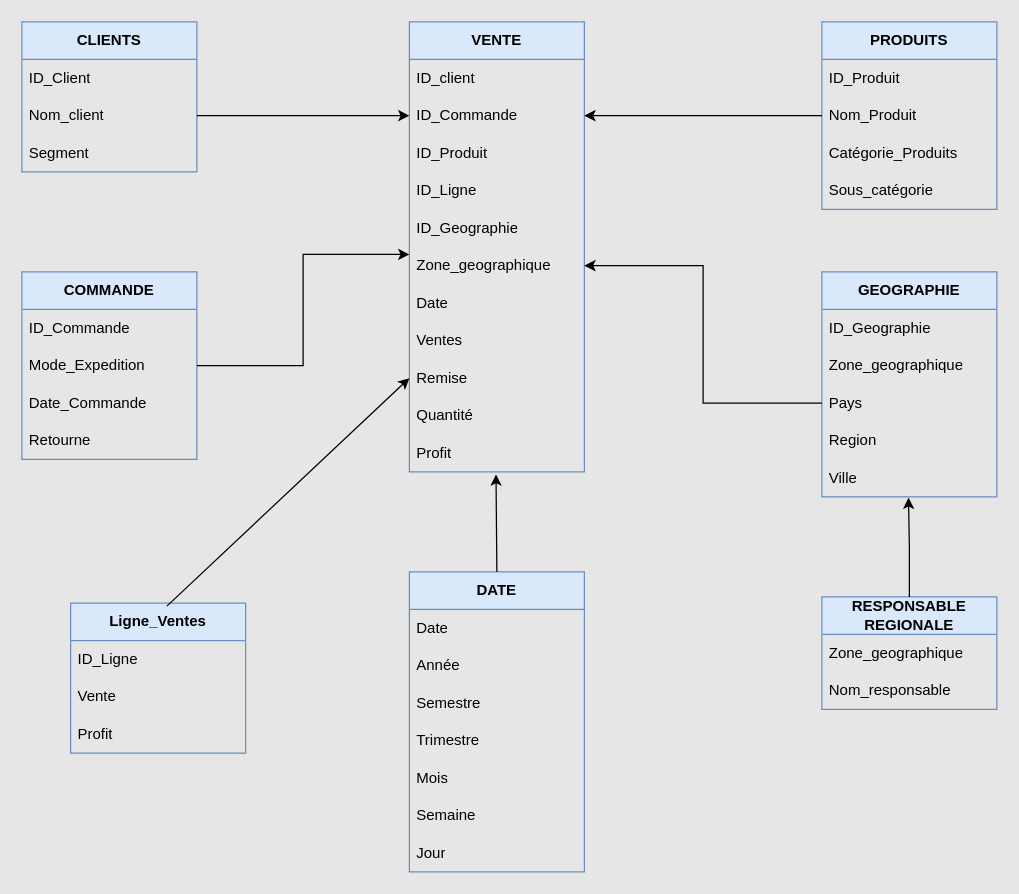
This is Hypermarket Project/Resources/HypermarketDatamart.drawio from christart-code/BI, a draw.io file, before an edit. Source tidied: cells renumbered, new cells numbered last; positions are measured from the earlier drawing's top-left corner, leaving out a move shared by most shapes. Both pictures are drawn from the tidied source at 125%, with x=0, y=0 at pixel (21, 21).
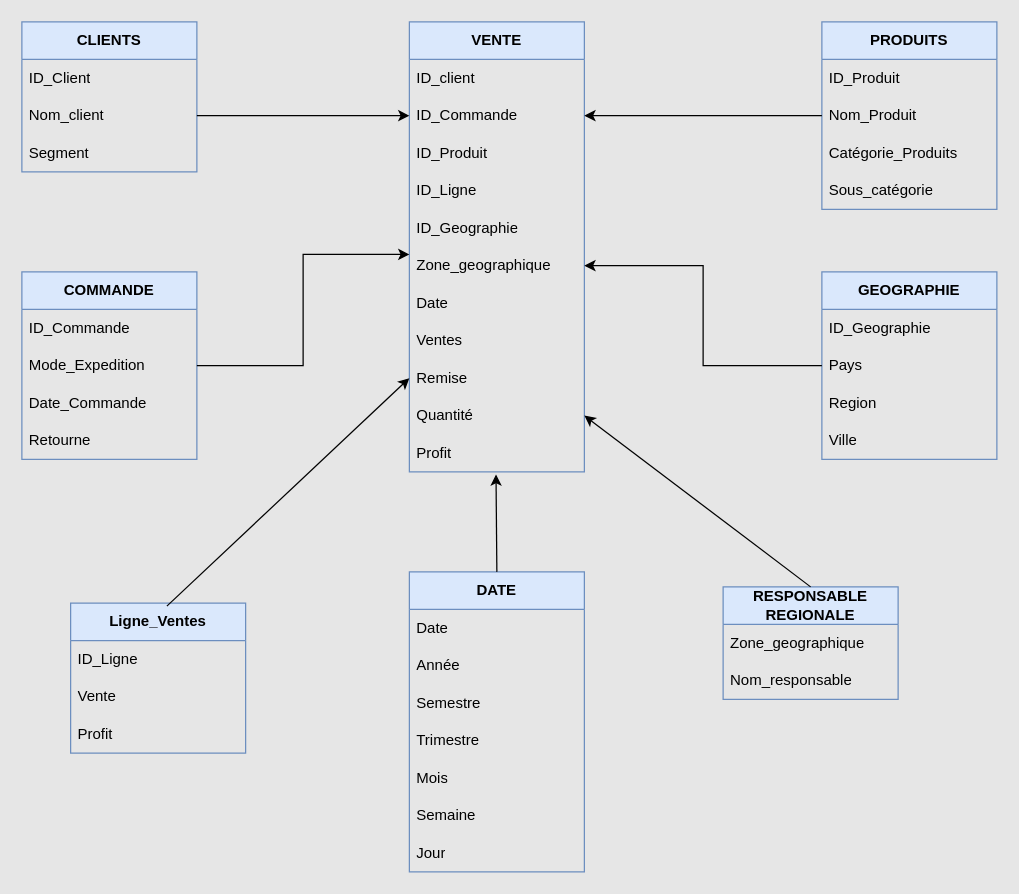
After the change.

Commit message:
Mettre à jour HypermarketDatamart.drawio

Unchanged cells that the change refers to:
```xml
<mxCell id="12" value="Quantité" style="text;strokeColor=none;fillColor=none;align=left;verticalAlign=middle;spacingLeft=4;spacingRight=4;overflow=hidden;points=[[0,0.5],[1,0.5]];portConstraint=eastwest;whiteSpace=wrap;html=1;" parent="2" vertex="1">
  <mxGeometry y="300" width="140" height="30" as="geometry" />
</mxCell>
```

Change to the diagram source:
```diff
@@
     <mxCell id="28" value="GEOGRAPHIE" style="swimlane;fontStyle=1;horizontal=1;startSize=30;whiteSpace=wrap;html=1;fillColor=#dae8fc;strokeColor=#6c8ebf;" parent="1" vertex="1">
-      <mxGeometry x="640" y="200" width="140" height="180" as="geometry" />
+      <mxGeometry x="640" y="200" width="140" height="150" as="geometry" />
     </mxCell>
@@
-    <mxCell id="30" value="Zone_geographique" style="text;strokeColor=none;fillColor=none;align=left;verticalAlign=middle;spacingLeft=4;spacingRight=4;overflow=hidden;whiteSpace=wrap;html=1;" parent="28" vertex="1">
-      <mxGeometry y="60" width="140" height="30" as="geometry" />
-    </mxCell>
     <mxCell id="31" value="Pays" style="text;strokeColor=none;fillColor=none;align=left;verticalAlign=middle;spacingLeft=4;spacingRight=4;overflow=hidden;points=[[0,0.5],[1,0.5]];portConstraint=eastwest;whiteSpace=wrap;html=1;" parent="28" vertex="1">
-      <mxGeometry y="90" width="140" height="30" as="geometry" />
+      <mxGeometry y="60" width="140" height="30" as="geometry" />
     </mxCell>
     <mxCell id="32" value="Region" style="text;strokeColor=none;fillColor=none;align=left;verticalAlign=middle;spacingLeft=4;spacingRight=4;overflow=hidden;whiteSpace=wrap;html=1;" parent="28" vertex="1">
-      <mxGeometry y="120" width="140" height="30" as="geometry" />
+      <mxGeometry y="90" width="140" height="30" as="geometry" />
     </mxCell>
     <mxCell id="33" value="Ville" style="text;strokeColor=none;fillColor=none;align=left;verticalAlign=middle;spacingLeft=4;spacingRight=4;overflow=hidden;points=[[0,0.5],[1,0.5]];portConstraint=eastwest;whiteSpace=wrap;html=1;" parent="28" vertex="1">
-      <mxGeometry y="150" width="140" height="30" as="geometry" />
+      <mxGeometry y="120" width="140" height="30" as="geometry" />
     </mxCell>
     <mxCell id="34" value="RESPONSABLE REGIONALE" style="swimlane;fontStyle=1;horizontal=1;startSize=30;whiteSpace=wrap;html=1;fillColor=#dae8fc;strokeColor=#6c8ebf;" parent="1" vertex="1">
-      <mxGeometry x="640" y="460" width="140" height="90" as="geometry" />
+      <mxGeometry x="561" y="452" width="140" height="90" as="geometry" />
     </mxCell>
@@
-    <mxCell id="49" style="edgeStyle=orthogonalEdgeStyle;rounded=0;jettySize=auto;html=1;exitX=0.5;exitY=0;exitDx=0;exitDy=0;entryX=0.495;entryY=1.022;entryDx=0;entryDy=0;entryPerimeter=0;" parent="1" edge="1" source="34" target="33">
-      <mxGeometry relative="1" as="geometry" />
-    </mxCell>
@@
+    <mxCell id="56" style="endArrow=classic;html=1;rounded=0;exitX=0.5;exitY=0;exitDx=0;exitDy=0;entryX=1;entryY=0.5;entryDx=0;entryDy=0;" parent="1" edge="1" source="34" target="12">
+      <mxGeometry relative="1" as="geometry" />
+    </mxCell>
```
